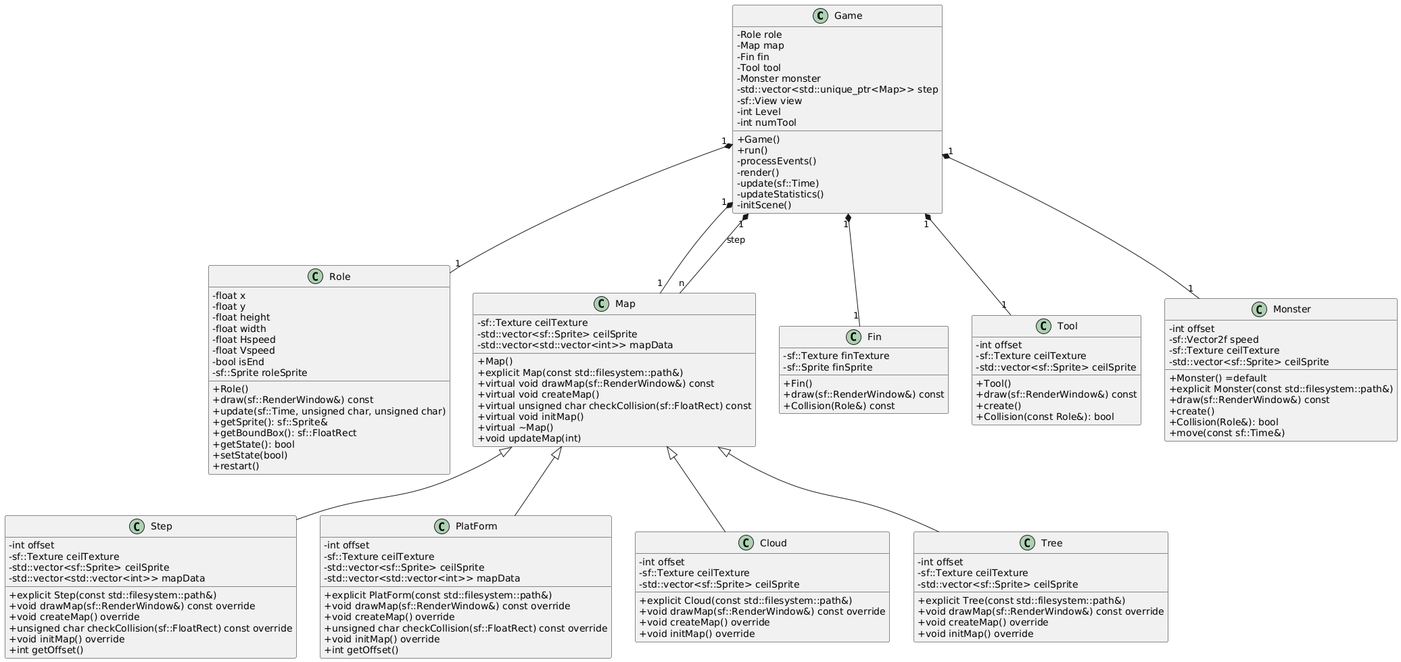
This is UML.png from 139liu666/Cplus-SFML-GAME, a PlantUML export, as it was before one commit. Its diagram source:
```plantuml
@startuml
skinparam classAttributeIconSize 0
class Game {
  - Role role
  - Map map
  - Fin fin
  - Tool tool
  - Monster monster
  - std::vector<std::unique_ptr<Map>> step
  - sf::View view
  - int Level
  - int numTool
  + Game()
  + run()
  - processEvents()
  - render()
  - update(sf::Time)
  - updateStatistics()
  - initScene()
}

class Role {
  - float x
  - float y
  - float height
  - float width
  - float Hspeed
  - float Vspeed
  - bool isEnd
  - sf::Sprite roleSprite
  + Role()
  + draw(sf::RenderWindow&) const
  + update(sf::Time, unsigned char, unsigned char)
  + getSprite(): sf::Sprite&
  + getBoundBox(): sf::FloatRect
  + getState(): bool
  + setState(bool)
  + restart()
}

class Map {
  - sf::Texture ceilTexture
  - std::vector<sf::Sprite> ceilSprite
  - std::vector<std::vector<int>> mapData
  + Map()
  + explicit Map(const std::filesystem::path&)
  + virtual void drawMap(sf::RenderWindow&) const
  + virtual void createMap()
  + virtual unsigned char checkCollision(sf::FloatRect) const
  + virtual void initMap()
  + virtual ~Map()
  + void updateMap(int)
}

class Step {
  - int offset
  - sf::Texture ceilTexture
  - std::vector<sf::Sprite> ceilSprite
  - std::vector<std::vector<int>> mapData
  + explicit Step(const std::filesystem::path&)
  + void drawMap(sf::RenderWindow&) const override
  + void createMap() override
  + unsigned char checkCollision(sf::FloatRect) const override
  + void initMap() override
  + int getOffset()
}

class PlatForm {
  - int offset
  - sf::Texture ceilTexture
  - std::vector<sf::Sprite> ceilSprite
  - std::vector<std::vector<int>> mapData
  + explicit PlatForm(const std::filesystem::path&)
  + void drawMap(sf::RenderWindow&) const override
  + void createMap() override
  + unsigned char checkCollision(sf::FloatRect) const override
  + void initMap() override
  + int getOffset()
}

class Cloud {
  - int offset
  - sf::Texture ceilTexture
  - std::vector<sf::Sprite> ceilSprite
  + explicit Cloud(const std::filesystem::path&)
  + void drawMap(sf::RenderWindow&) const override
  + void createMap() override
  + void initMap() override
}

class Tree {
  - int offset
  - sf::Texture ceilTexture
  - std::vector<sf::Sprite> ceilSprite
  + explicit Tree(const std::filesystem::path&)
  + void drawMap(sf::RenderWindow&) const override
  + void createMap() override
  + void initMap() override
}

class Fin {
  - sf::Texture finTexture
  - sf::Sprite finSprite
  + Fin()
  + draw(sf::RenderWindow&) const
  + Collision(Role&) const
}

class Tool {
  - int offset
  - sf::Texture ceilTexture
  - std::vector<sf::Sprite> ceilSprite
  + Tool()
  + draw(sf::RenderWindow&) const
  + create()
  + Collision(const Role&): bool
}

class Monster {
  - int offset
  - sf::Vector2f speed
  - sf::Texture ceilTexture
  - std::vector<sf::Sprite> ceilSprite
  + Monster() =default
  + explicit Monster(const std::filesystem::path&)
  + draw(sf::RenderWindow&) const
  + create()
  + Collision(Role&): bool
  + move(const sf::Time&)
}

Map <|-- Step
Map <|-- PlatForm
Map <|-- Cloud
Map <|-- Tree

Game "1" *-- "1" Role
Game "1" *-- "1" Map
Game "1" *-- "1" Fin
Game "1" *-- "1" Tool
Game "1" *-- "1" Monster
Game "1" *-- "n" Map : step
@enduml
```
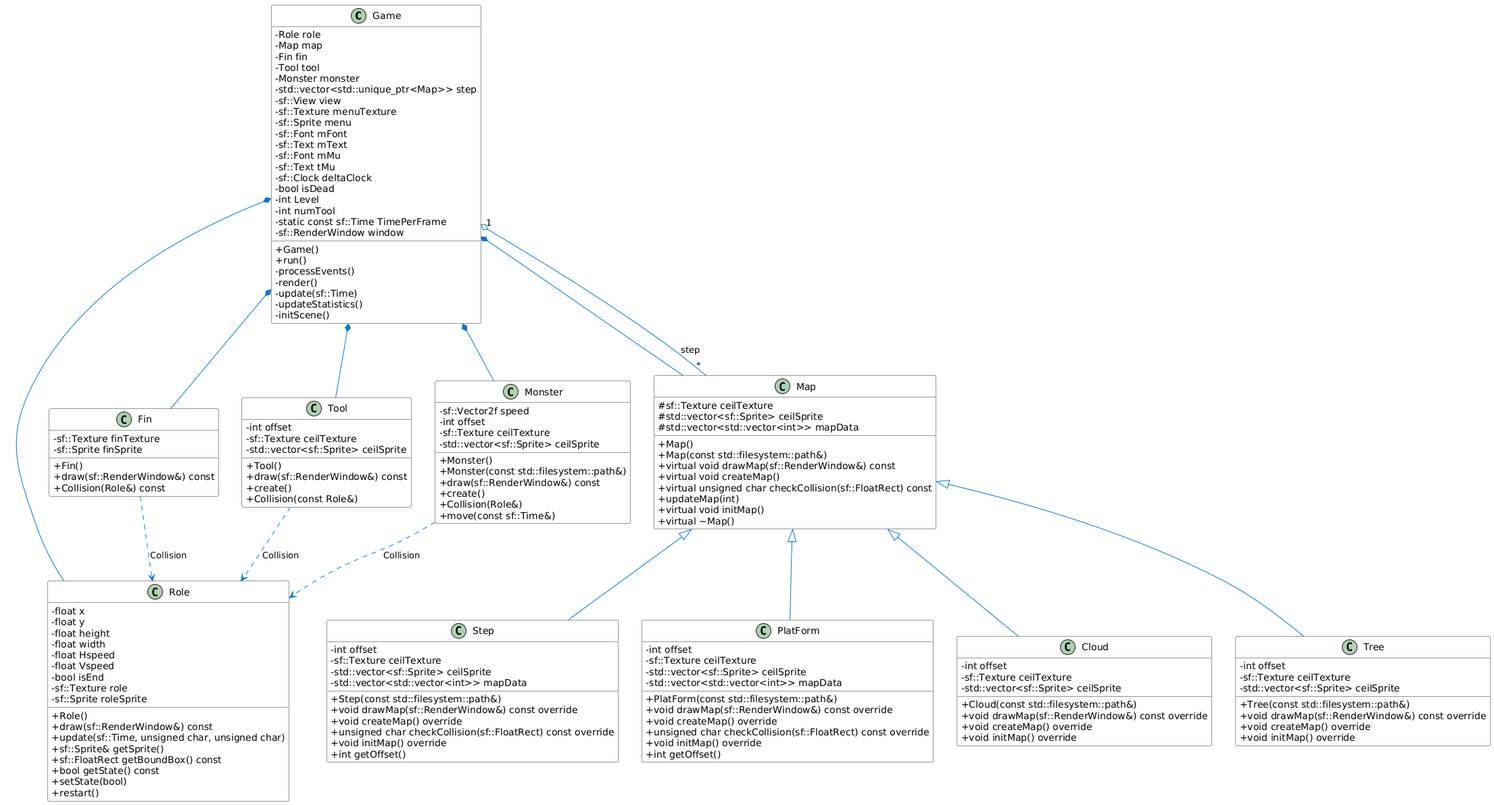
The same file after the commit.

The edit, as a diff of the source:
```diff
@@ -1,143 +1,174 @@
 @startuml
 skinparam classAttributeIconSize 0
+skinparam class {
+    BackgroundColor White
+    ArrowColor #0078D7
+    BorderColor #2E2E2E
+}
+
 class Game {
-  - Role role
-  - Map map
-  - Fin fin
-  - Tool tool
-  - Monster monster
-  - std::vector<std::unique_ptr<Map>> step
-  - sf::View view
-  - int Level
-  - int numTool
-  + Game()
-  + run()
-  - processEvents()
-  - render()
-  - update(sf::Time)
-  - updateStatistics()
-  - initScene()
+    - Role role
+    - Map map
+    - Fin fin
+    - Tool tool
+    - Monster monster
+    - std::vector<std::unique_ptr<Map>> step
+    - sf::View view
+    - sf::Texture menuTexture
+    - sf::Sprite menu
+    - sf::Font mFont
+    - sf::Text mText
+    - sf::Font mMu
+    - sf::Text tMu
+    - sf::Clock deltaClock
+    - bool isDead
+    - int Level
+    - int numTool
+    - static const sf::Time TimePerFrame
+    - sf::RenderWindow window
+
+    + Game()
+    + run()
+    - processEvents()
+    - render()
+    - update(sf::Time)
+    - updateStatistics()
+    - initScene()
 }
 
 class Role {
-  - float x
-  - float y
-  - float height
-  - float width
-  - float Hspeed
-  - float Vspeed
-  - bool isEnd
-  - sf::Sprite roleSprite
-  + Role()
-  + draw(sf::RenderWindow&) const
-  + update(sf::Time, unsigned char, unsigned char)
-  + getSprite(): sf::Sprite&
-  + getBoundBox(): sf::FloatRect
-  + getState(): bool
-  + setState(bool)
-  + restart()
+    - float x
+    - float y
+    - float height
+    - float width
+    - float Hspeed
+    - float Vspeed
+    - bool isEnd
+    - sf::Texture role
+    - sf::Sprite roleSprite
+
+    + Role()
+    + draw(sf::RenderWindow&) const
+    + update(sf::Time, unsigned char, unsigned char)
+    + sf::Sprite& getSprite()
+    + sf::FloatRect getBoundBox() const
+    + bool getState() const
+    + setState(bool)
+    + restart()
+}
+
+class Fin {
+    - sf::Texture finTexture
+    - sf::Sprite finSprite
+
+    + Fin()
+    + draw(sf::RenderWindow&) const
+    + Collision(Role&) const
+}
+
+class Tool {
+    - int offset
+    - sf::Texture ceilTexture
+    - std::vector<sf::Sprite> ceilSprite
+
+    + Tool()
+    + draw(sf::RenderWindow&) const
+    + create()
+    + Collision(const Role&)
+}
+
+class Monster {
+    - sf::Vector2f speed
+    - int offset
+    - sf::Texture ceilTexture
+    - std::vector<sf::Sprite> ceilSprite
+
+    + Monster()
+    + Monster(const std::filesystem::path&)
+    + draw(sf::RenderWindow&) const
+    + create()
+    + Collision(Role&)
+    + move(const sf::Time&)
 }
 
 class Map {
-  - sf::Texture ceilTexture
-  - std::vector<sf::Sprite> ceilSprite
-  - std::vector<std::vector<int>> mapData
-  + Map()
-  + explicit Map(const std::filesystem::path&)
-  + virtual void drawMap(sf::RenderWindow&) const
-  + virtual void createMap()
-  + virtual unsigned char checkCollision(sf::FloatRect) const
-  + virtual void initMap()
-  + virtual ~Map()
-  + void updateMap(int)
+    # sf::Texture ceilTexture
+    # std::vector<sf::Sprite> ceilSprite
+    # std::vector<std::vector<int>> mapData
+
+    + Map()
+    + Map(const std::filesystem::path&)
+    + virtual void drawMap(sf::RenderWindow&) const
+    + virtual void createMap()
+    + virtual unsigned char checkCollision(sf::FloatRect) const
+    + updateMap(int)
+    + virtual void initMap()
+    + virtual ~Map()
 }
 
 class Step {
-  - int offset
-  - sf::Texture ceilTexture
-  - std::vector<sf::Sprite> ceilSprite
-  - std::vector<std::vector<int>> mapData
-  + explicit Step(const std::filesystem::path&)
-  + void drawMap(sf::RenderWindow&) const override
-  + void createMap() override
-  + unsigned char checkCollision(sf::FloatRect) const override
-  + void initMap() override
-  + int getOffset()
+    - int offset
+    - sf::Texture ceilTexture
+    - std::vector<sf::Sprite> ceilSprite
+    - std::vector<std::vector<int>> mapData
+
+    + Step(const std::filesystem::path&)
+    + void drawMap(sf::RenderWindow&) const override
+    + void createMap() override
+    + unsigned char checkCollision(sf::FloatRect) const override
+    + void initMap() override
+    + int getOffset()
 }
 
 class PlatForm {
-  - int offset
-  - sf::Texture ceilTexture
-  - std::vector<sf::Sprite> ceilSprite
-  - std::vector<std::vector<int>> mapData
-  + explicit PlatForm(const std::filesystem::path&)
-  + void drawMap(sf::RenderWindow&) const override
-  + void createMap() override
-  + unsigned char checkCollision(sf::FloatRect) const override
-  + void initMap() override
-  + int getOffset()
+    - int offset
+    - sf::Texture ceilTexture
+    - std::vector<sf::Sprite> ceilSprite
+    - std::vector<std::vector<int>> mapData
+
+    + PlatForm(const std::filesystem::path&)
+    + void drawMap(sf::RenderWindow&) const override
+    + void createMap() override
+    + unsigned char checkCollision(sf::FloatRect) const override
+    + void initMap() override
+    + int getOffset()
 }
 
 class Cloud {
-  - int offset
-  - sf::Texture ceilTexture
-  - std::vector<sf::Sprite> ceilSprite
-  + explicit Cloud(const std::filesystem::path&)
-  + void drawMap(sf::RenderWindow&) const override
-  + void createMap() override
-  + void initMap() override
+    - int offset
+    - sf::Texture ceilTexture
+    - std::vector<sf::Sprite> ceilSprite
+
+    + Cloud(const std::filesystem::path&)
+    + void drawMap(sf::RenderWindow&) const override
+    + void createMap() override
+    + void initMap() override
 }
 
 class Tree {
-  - int offset
-  - sf::Texture ceilTexture
-  - std::vector<sf::Sprite> ceilSprite
-  + explicit Tree(const std::filesystem::path&)
-  + void drawMap(sf::RenderWindow&) const override
-  + void createMap() override
-  + void initMap() override
+    - int offset
+    - sf::Texture ceilTexture
+    - std::vector<sf::Sprite> ceilSprite
+
+    + Tree(const std::filesystem::path&)
+    + void drawMap(sf::RenderWindow&) const override
+    + void createMap() override
+    + void initMap() override
 }
 
-class Fin {
-  - sf::Texture finTexture
-  - sf::Sprite finSprite
-  + Fin()
-  + draw(sf::RenderWindow&) const
-  + Collision(Role&) const
-}
-
-class Tool {
-  - int offset
-  - sf::Texture ceilTexture
-  - std::vector<sf::Sprite> ceilSprite
-  + Tool()
-  + draw(sf::RenderWindow&) const
-  + create()
-  + Collision(const Role&): bool
-}
-
-class Monster {
-  - int offset
-  - sf::Vector2f speed
-  - sf::Texture ceilTexture
-  - std::vector<sf::Sprite> ceilSprite
-  + Monster() =default
-  + explicit Monster(const std::filesystem::path&)
-  + draw(sf::RenderWindow&) const
-  + create()
-  + Collision(Role&): bool
-  + move(const sf::Time&)
-}
+Game *-- Role
+Game *-- Map
+Game *-- Fin
+Game *-- Tool
+Game *-- Monster
+Game "1" o-- "*" Map : step
 
 Map <|-- Step
 Map <|-- PlatForm
 Map <|-- Cloud
 Map <|-- Tree
 
-Game "1" *-- "1" Role
-Game "1" *-- "1" Map
-Game "1" *-- "1" Fin
-Game "1" *-- "1" Tool
-Game "1" *-- "1" Monster
-Game "1" *-- "n" Map : step
+Fin ..> Role : Collision
+Tool ..> Role : Collision
+Monster ..> Role : Collision
 @enduml
```
